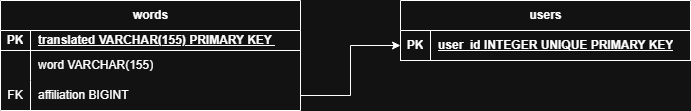
Earlier version of the draw.io export block_diagram_of_the_database.png (XBA-bit-total-control/coursework_with_a_bot). Source tidied: cells renumbered, new cells last; positions are measured from the earlier drawing's top-left corner, leaving out a move shared by most shapes.
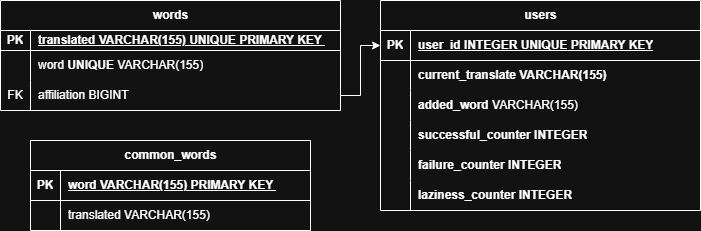
The same diagram one commit later.

The edit, as a diff of the source:
```diff
@@ -3,52 +3,115 @@
     <mxCell id="0" />
     <mxCell id="1" parent="0" />
     <mxCell id="2" value="&lt;div style=&quot;text-align: start;&quot;&gt;words&lt;/div&gt;" style="shape=table;startSize=30;rowLines=0;fontStyle=1;align=center;html=1;" parent="1" vertex="1">
-      <mxGeometry width="300" height="110" as="geometry" />
+      <mxGeometry x="-50" y="-20" width="340" height="110" as="geometry" />
     </mxCell>
     <mxCell id="3" style="shape=tableRow;horizontal=0;startSize=0;swimlaneHead=0;swimlaneBody=0;fillColor=none;top=0;left=0;right=0;bottom=1;" parent="2" vertex="1">
-      <mxGeometry y="30" width="300" height="20" as="geometry" />
+      <mxGeometry y="30" width="340" height="20" as="geometry" />
     </mxCell>
     <mxCell id="4" value="PK" style="shape=partialRectangle;fillColor=none;top=0;left=0;bottom=0;right=0;fontStyle=1;overflow=hidden;whiteSpace=wrap;html=1;" parent="3" vertex="1">
       <mxGeometry width="30" height="20" as="geometry" />
     </mxCell>
-    <mxCell id="5" value="translated VARCHAR(155) PRIMARY KEY&amp;nbsp;" style="shape=partialRectangle;fillColor=none;top=0;left=0;bottom=0;right=0;align=left;spacingLeft=6;fontStyle=5;overflow=hidden;whiteSpace=wrap;html=1;" parent="3" vertex="1">
-      <mxGeometry x="30" width="270" height="20" as="geometry" />
+    <mxCell id="5" value="translated VARCHAR(155) UNIQUE PRIMARY KEY&amp;nbsp;" style="shape=partialRectangle;fillColor=none;top=0;left=0;bottom=0;right=0;align=left;spacingLeft=6;fontStyle=5;overflow=hidden;whiteSpace=wrap;html=1;" parent="3" vertex="1">
+      <mxGeometry x="30" width="310" height="20" as="geometry" />
     </mxCell>
     <mxCell id="6" style="shape=tableRow;horizontal=0;startSize=0;swimlaneHead=0;swimlaneBody=0;fillColor=none;top=0;left=0;right=0;bottom=0;" parent="2" vertex="1">
-      <mxGeometry y="50" width="300" height="30" as="geometry" />
+      <mxGeometry y="50" width="340" height="30" as="geometry" />
     </mxCell>
     <mxCell id="7" style="shape=partialRectangle;fillColor=none;top=0;left=0;bottom=0;right=0;overflow=hidden;whiteSpace=wrap;html=1;" parent="6" vertex="1">
       <mxGeometry width="30" height="30" as="geometry" />
     </mxCell>
-    <mxCell id="8" value="word VARCHAR(155)" style="shape=partialRectangle;fillColor=none;top=0;left=0;bottom=0;right=0;align=left;spacingLeft=6;overflow=hidden;whiteSpace=wrap;html=1;" parent="6" vertex="1">
-      <mxGeometry x="30" width="270" height="30" as="geometry" />
+    <mxCell id="8" value="word&amp;nbsp;&lt;span style=&quot;font-weight: 700;&quot;&gt;UNIQUE&amp;nbsp;&lt;/span&gt;VARCHAR(155)" style="shape=partialRectangle;fillColor=none;top=0;left=0;bottom=0;right=0;align=left;spacingLeft=6;overflow=hidden;whiteSpace=wrap;html=1;" parent="6" vertex="1">
+      <mxGeometry x="30" width="310" height="30" as="geometry" />
     </mxCell>
     <mxCell id="9" style="shape=tableRow;horizontal=0;startSize=0;swimlaneHead=0;swimlaneBody=0;fillColor=none;points=[[0,0.5],[1,0.5]];portConstraint=eastwest;top=0;left=0;right=0;bottom=0;" parent="2" vertex="1">
-      <mxGeometry y="80" width="300" height="30" as="geometry" />
+      <mxGeometry y="80" width="340" height="30" as="geometry" />
     </mxCell>
     <mxCell id="10" value="FK" style="shape=partialRectangle;fillColor=none;top=0;left=0;bottom=0;right=0;overflow=hidden;whiteSpace=wrap;html=1;" parent="9" vertex="1">
       <mxGeometry width="30" height="30" as="geometry" />
     </mxCell>
     <mxCell id="11" value="affiliation BIGINT&amp;nbsp;" style="shape=partialRectangle;fillColor=none;top=0;left=0;bottom=0;right=0;align=left;spacingLeft=6;overflow=hidden;whiteSpace=wrap;html=1;" parent="9" vertex="1">
-      <mxGeometry x="30" width="270" height="30" as="geometry" />
+      <mxGeometry x="30" width="310" height="30" as="geometry" />
     </mxCell>
+    <mxCell id="18" value="common_words" style="shape=table;startSize=30;rowLines=0;fontStyle=1;align=center;html=1;" parent="1" vertex="1">
+      <mxGeometry x="-20" y="120" width="280" height="90" as="geometry" />
+    </mxCell>
+    <mxCell id="19" style="shape=tableRow;horizontal=0;startSize=0;swimlaneHead=0;swimlaneBody=0;fillColor=none;top=0;left=0;right=0;bottom=1;" parent="18" vertex="1">
+      <mxGeometry y="30" width="280" height="30" as="geometry" />
+    </mxCell>
+    <mxCell id="20" value="PK" style="shape=partialRectangle;fillColor=none;top=0;left=0;bottom=0;right=0;fontStyle=1;overflow=hidden;whiteSpace=wrap;html=1;" parent="19" vertex="1">
+      <mxGeometry width="30" height="30" as="geometry" />
+    </mxCell>
+    <mxCell id="21" value="word VARCHAR(155) PRIMARY KEY&amp;nbsp;" style="shape=partialRectangle;fillColor=none;top=0;left=0;bottom=0;right=0;align=left;spacingLeft=6;fontStyle=5;overflow=hidden;whiteSpace=wrap;html=1;" parent="19" vertex="1">
+      <mxGeometry x="30" width="250" height="30" as="geometry" />
+    </mxCell>
+    <mxCell id="22" style="shape=tableRow;horizontal=0;startSize=0;swimlaneHead=0;swimlaneBody=0;fillColor=none;top=0;left=0;right=0;bottom=0;" parent="18" vertex="1">
+      <mxGeometry y="60" width="280" height="30" as="geometry" />
+    </mxCell>
+    <mxCell id="23" style="shape=partialRectangle;fillColor=none;top=0;left=0;bottom=0;right=0;overflow=hidden;whiteSpace=wrap;html=1;" parent="22" vertex="1">
+      <mxGeometry width="30" height="30" as="geometry" />
+    </mxCell>
+    <mxCell id="24" value="translated VARCHAR(155)" style="shape=partialRectangle;fillColor=none;top=0;left=0;bottom=0;right=0;align=left;spacingLeft=6;overflow=hidden;whiteSpace=wrap;html=1;" parent="22" vertex="1">
+      <mxGeometry x="30" width="250" height="30" as="geometry" />
+    </mxCell>
     <mxCell id="12" value="users" style="shape=table;startSize=30;rowLines=0;fontStyle=1;align=center;html=1;" parent="1" vertex="1">
-      <mxGeometry x="400" width="290" height="60" as="geometry" />
+      <mxGeometry x="330" y="-20" width="320" height="210" as="geometry" />
     </mxCell>
-    <mxCell id="13" style="shape=tableRow;horizontal=0;startSize=0;swimlaneHead=0;swimlaneBody=0;fillColor=none;points=[[0,0.5],[1,0.5]];portConstraint=eastwest;top=0;left=0;right=0;bottom=1;" parent="12" vertex="1">
-      <mxGeometry y="30" width="290" height="30" as="geometry" />
-    </mxCell>
-    <mxCell id="14" value="PK" style="shape=partialRectangle;fillColor=none;top=0;left=0;bottom=0;right=0;fontStyle=1;overflow=hidden;whiteSpace=wrap;html=1;" parent="13" vertex="1">
-      <mxGeometry width="30" height="30" as="geometry" />
-    </mxCell>
+    <mxCell id="25" style="shape=tableRow;horizontal=0;startSize=0;swimlaneHead=0;swimlaneBody=0;fillColor=none;points=[[0,0.5],[1,0.5]];portConstraint=eastwest;top=0;left=0;right=0;bottom=1;" parent="12" vertex="1">
+      <mxGeometry y="30" width="320" height="30" as="geometry" />
+    </mxCell>
+    <mxCell id="26" value="PK" style="shape=partialRectangle;fillColor=none;top=0;left=0;bottom=0;right=0;fontStyle=1;overflow=hidden;whiteSpace=wrap;html=1;" parent="25" vertex="1">
+      <mxGeometry width="30" height="30" as="geometry" />
+    </mxCell>
-    <mxCell id="15" value="user_id INTEGER UNIQUE PRIMARY KEY" style="shape=partialRectangle;fillColor=none;top=0;left=0;bottom=0;right=0;align=left;spacingLeft=6;fontStyle=5;overflow=hidden;whiteSpace=wrap;html=1;" parent="13" vertex="1">
-      <mxGeometry x="30" width="260" height="30" as="geometry" />
+    <mxCell id="15" value="user_id INTEGER UNIQUE PRIMARY KEY" style="shape=partialRectangle;fillColor=none;top=0;left=0;bottom=0;right=0;align=left;spacingLeft=6;fontStyle=5;overflow=hidden;whiteSpace=wrap;html=1;" parent="25" vertex="1">
+      <mxGeometry x="30" width="290" height="30" as="geometry" />
     </mxCell>
-    <mxCell id="16" style="edgeStyle=orthogonalEdgeStyle;rounded=0;jettySize=auto;html=1;entryX=1;entryY=0.5;entryDx=0;entryDy=0;" parent="1" edge="1" source="13">
-      <mxGeometry relative="1" as="geometry" />
-    </mxCell>
-    <mxCell id="17" style="edgeStyle=orthogonalEdgeStyle;rounded=0;jettySize=auto;html=1;entryX=0;entryY=0.5;entryDx=0;entryDy=0;" parent="1" edge="1" source="9" target="13">
-      <mxGeometry relative="1" as="geometry" />
-    </mxCell>
+    <mxCell id="27" style="shape=tableRow;horizontal=0;startSize=0;swimlaneHead=0;swimlaneBody=0;fillColor=none;top=0;left=0;right=0;bottom=0;" parent="12" vertex="1">
+      <mxGeometry y="60" width="320" height="30" as="geometry" />
+    </mxCell>
+    <mxCell id="28" style="shape=partialRectangle;fillColor=none;top=0;left=0;bottom=0;right=0;overflow=hidden;whiteSpace=wrap;html=1;" parent="27" vertex="1">
+      <mxGeometry width="30" height="30" as="geometry" />
+    </mxCell>
+    <mxCell id="29" value="&lt;span style=&quot;font-weight: 700;&quot;&gt;current_translate VARCHAR(155)&lt;/span&gt;" style="shape=partialRectangle;fillColor=none;top=0;left=0;bottom=0;right=0;align=left;spacingLeft=6;overflow=hidden;whiteSpace=wrap;html=1;" parent="27" vertex="1">
+      <mxGeometry x="30" width="290" height="30" as="geometry" />
+    </mxCell>
+    <mxCell id="30" style="shape=tableRow;horizontal=0;startSize=0;swimlaneHead=0;swimlaneBody=0;fillColor=none;top=0;left=0;right=0;bottom=0;" parent="12" vertex="1">
+      <mxGeometry y="90" width="320" height="30" as="geometry" />
+    </mxCell>
+    <mxCell id="31" style="shape=partialRectangle;fillColor=none;top=0;left=0;bottom=0;right=0;overflow=hidden;whiteSpace=wrap;html=1;" parent="30" vertex="1">
+      <mxGeometry width="30" height="30" as="geometry" />
+    </mxCell>
+    <mxCell id="32" value="&lt;span style=&quot;font-weight: 700;&quot;&gt;added_word &lt;/span&gt;VARCHAR(155)" style="shape=partialRectangle;fillColor=none;top=0;left=0;bottom=0;right=0;align=left;spacingLeft=6;overflow=hidden;whiteSpace=wrap;html=1;" parent="30" vertex="1">
+      <mxGeometry x="30" width="290" height="30" as="geometry" />
+    </mxCell>
+    <mxCell id="33" style="shape=tableRow;horizontal=0;startSize=0;swimlaneHead=0;swimlaneBody=0;fillColor=none;top=0;left=0;right=0;bottom=0;" parent="12" vertex="1">
+      <mxGeometry y="120" width="320" height="30" as="geometry" />
+    </mxCell>
+    <mxCell id="34" style="shape=partialRectangle;fillColor=none;top=0;left=0;bottom=0;right=0;overflow=hidden;whiteSpace=wrap;html=1;" parent="33" vertex="1">
+      <mxGeometry width="30" height="30" as="geometry" />
+    </mxCell>
+    <mxCell id="35" value="&lt;span style=&quot;font-weight: 700;&quot;&gt;successful_counter INTEGER&lt;/span&gt;" style="shape=partialRectangle;fillColor=none;top=0;left=0;bottom=0;right=0;align=left;spacingLeft=6;overflow=hidden;whiteSpace=wrap;html=1;" parent="33" vertex="1">
+      <mxGeometry x="30" width="290" height="30" as="geometry" />
+    </mxCell>
+    <mxCell id="36" style="shape=tableRow;horizontal=0;startSize=0;swimlaneHead=0;swimlaneBody=0;fillColor=none;top=0;left=0;right=0;bottom=0;" parent="12" vertex="1">
+      <mxGeometry y="150" width="320" height="30" as="geometry" />
+    </mxCell>
+    <mxCell id="37" style="shape=partialRectangle;fillColor=none;top=0;left=0;bottom=0;right=0;overflow=hidden;whiteSpace=wrap;html=1;" parent="36" vertex="1">
+      <mxGeometry width="30" height="30" as="geometry" />
+    </mxCell>
+    <mxCell id="38" value="&lt;span style=&quot;font-weight: 700;&quot;&gt;failure_counter INTEGER&lt;/span&gt;" style="shape=partialRectangle;fillColor=none;top=0;left=0;bottom=0;right=0;align=left;spacingLeft=6;overflow=hidden;whiteSpace=wrap;html=1;" parent="36" vertex="1">
+      <mxGeometry x="30" width="290" height="30" as="geometry" />
+    </mxCell>
+    <mxCell id="39" style="shape=tableRow;horizontal=0;startSize=0;swimlaneHead=0;swimlaneBody=0;fillColor=none;top=0;left=0;right=0;bottom=0;" parent="12" vertex="1">
+      <mxGeometry y="180" width="320" height="30" as="geometry" />
+    </mxCell>
+    <mxCell id="40" style="shape=partialRectangle;fillColor=none;top=0;left=0;bottom=0;right=0;overflow=hidden;whiteSpace=wrap;html=1;" parent="39" vertex="1">
+      <mxGeometry width="30" height="30" as="geometry" />
+    </mxCell>
+    <mxCell id="41" value="&lt;span style=&quot;font-weight: 700;&quot;&gt;laziness_counter INTEGER&lt;/span&gt;" style="shape=partialRectangle;fillColor=none;top=0;left=0;bottom=0;right=0;align=left;spacingLeft=6;overflow=hidden;whiteSpace=wrap;html=1;" parent="39" vertex="1">
+      <mxGeometry x="30" width="290" height="30" as="geometry" />
+    </mxCell>
+    <mxCell id="42" style="edgeStyle=orthogonalEdgeStyle;rounded=0;jettySize=auto;html=1;entryX=0;entryY=0.5;entryDx=0;entryDy=0;" parent="1" edge="1" source="9" target="25">
+      <mxGeometry relative="1" as="geometry" />
+    </mxCell>
   </root>
 </mxGraphModel>
```
